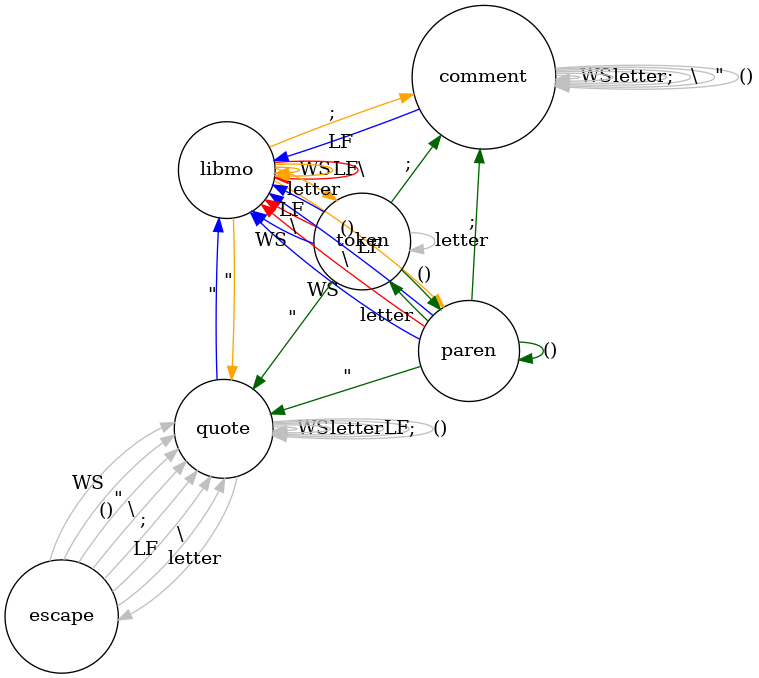
Earlier version of the Graphviz export sexp.png (jitwit/jexp). Its source is kept beside it as sexp.dot. Source of this version:
```dot
digraph {
overlap=scale;node[shape=circle];
  libmo -> libmo[label="WS",color=orange];
  libmo -> paren[label="()",color=orange];
  libmo -> quote[label="\"",color=orange];
  libmo -> libmo[label="\\",color=red];
  libmo -> comment[label=";",color=orange];
  libmo -> libmo[label="LF",color=orange];
  libmo -> token[label="letter",color=orange];
  token -> libmo[label="WS",color=blue];
  token -> paren[label="()",color=darkgreen];
  token -> quote[label="\"",color=darkgreen];
  token -> libmo[label="\\",color=red];
  token -> comment[label=";",color=darkgreen];
  token -> libmo[label="LF",color=blue];
  token -> token[label="letter",color=gray];
  quote -> quote[label="WS",color=gray];
  quote -> quote[label="()",color=gray];
  quote -> libmo[label="\"",color=blue];
  quote -> escape[label="\\",color=gray];
  quote -> quote[label=";",color=gray];
  quote -> quote[label="LF",color=gray];
  quote -> quote[label="letter",color=gray];
  escape -> quote[label="WS",color=gray];
  escape -> quote[label="()",color=gray];
  escape -> quote[label="\"",color=gray];
  escape -> quote[label="\\",color=gray];
  escape -> quote[label=";",color=gray];
  escape -> quote[label="LF",color=gray];
  escape -> quote[label="letter",color=gray];
  paren -> libmo[label="WS",color=blue];
  paren -> paren[label="()",color=darkgreen];
  paren -> quote[label="\"",color=darkgreen];
  paren -> libmo[label="\\",color=red];
  paren -> comment[label=";",color=darkgreen];
  paren -> libmo[label="LF",color=blue];
  paren -> token[label="letter",color=darkgreen];
  comment -> comment[label="WS",color=gray];
  comment -> comment[label="()",color=gray];
  comment -> comment[label="\"",color=gray];
  comment -> comment[label="\\",color=gray];
  comment -> comment[label=";",color=gray];
  comment -> libmo[label="LF",color=blue];
  comment -> comment[label="letter",color=gray];
}
```
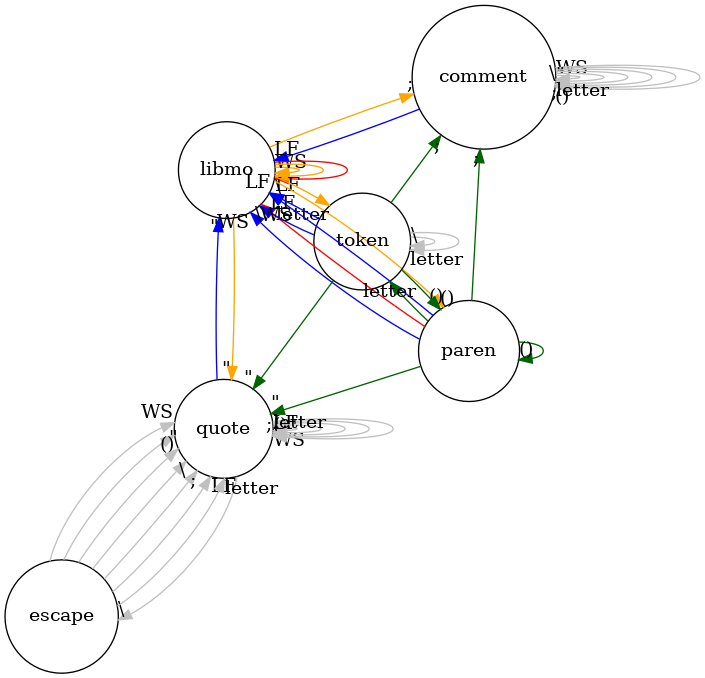
Above is the later version.

The edit, as a diff of the source:
```diff
@@ -1,45 +1,45 @@
 digraph {
-overlap=scale;node[shape=circle];
-  libmo -> libmo[label="WS",color=orange];
-  libmo -> paren[label="()",color=orange];
-  libmo -> quote[label="\"",color=orange];
-  libmo -> libmo[label="\\",color=red];
-  libmo -> comment[label=";",color=orange];
-  libmo -> libmo[label="LF",color=orange];
-  libmo -> token[label="letter",color=orange];
-  token -> libmo[label="WS",color=blue];
-  token -> paren[label="()",color=darkgreen];
-  token -> quote[label="\"",color=darkgreen];
-  token -> libmo[label="\\",color=red];
-  token -> comment[label=";",color=darkgreen];
-  token -> libmo[label="LF",color=blue];
-  token -> token[label="letter",color=gray];
-  quote -> quote[label="WS",color=gray];
-  quote -> quote[label="()",color=gray];
-  quote -> libmo[label="\"",color=blue];
-  quote -> escape[label="\\",color=gray];
-  quote -> quote[label=";",color=gray];
-  quote -> quote[label="LF",color=gray];
-  quote -> quote[label="letter",color=gray];
-  escape -> quote[label="WS",color=gray];
-  escape -> quote[label="()",color=gray];
-  escape -> quote[label="\"",color=gray];
-  escape -> quote[label="\\",color=gray];
-  escape -> quote[label=";",color=gray];
-  escape -> quote[label="LF",color=gray];
-  escape -> quote[label="letter",color=gray];
-  paren -> libmo[label="WS",color=blue];
-  paren -> paren[label="()",color=darkgreen];
-  paren -> quote[label="\"",color=darkgreen];
-  paren -> libmo[label="\\",color=red];
-  paren -> comment[label=";",color=darkgreen];
-  paren -> libmo[label="LF",color=blue];
-  paren -> token[label="letter",color=darkgreen];
-  comment -> comment[label="WS",color=gray];
-  comment -> comment[label="()",color=gray];
-  comment -> comment[label="\"",color=gray];
-  comment -> comment[label="\\",color=gray];
-  comment -> comment[label=";",color=gray];
-  comment -> libmo[label="LF",color=blue];
-  comment -> comment[label="letter",color=gray];
+  overlap=scale;node[shape=circle];
+  libmo->libmo[headlabel="WS",color=orange,labeldistance=1.8,style=dashed];
+  libmo->paren[headlabel="()",color=orange,labeldistance=1.8,style=dashed];
+  libmo->quote[headlabel="\"",color=orange,labeldistance=1.8,style=dashed];
+  libmo->libmo[headlabel="\\",color=red,labeldistance=1.8,style=dashed];
+  libmo->comment[headlabel=";",color=orange,labeldistance=1.8,style=dashed];
+  libmo->libmo[headlabel="LF",color=orange,labeldistance=1.8,style=dashed];
+  libmo->token[headlabel="letter",color=orange,labeldistance=1.8,style=dashed];
+  token->libmo[headlabel="WS",color=blue,labeldistance=1.8,style=dashed];
+  token->paren[headlabel="()",color=darkgreen,labeldistance=1.8,style=dashed];
+  token->quote[headlabel="\"",color=darkgreen,labeldistance=1.8,style=dashed];
+  token->token[headlabel="\\",color=gray,labeldistance=1.8,style=dashed];
+  token->comment[headlabel=";",color=darkgreen,labeldistance=1.8,style=dashed];
+  token->libmo[headlabel="LF",color=blue,labeldistance=1.8,style=dashed];
+  token->token[headlabel="letter",color=gray,labeldistance=1.8,style=dashed];
+  quote->quote[headlabel="WS",color=gray,labeldistance=1.8,style=dashed];
+  quote->quote[headlabel="()",color=gray,labeldistance=1.8,style=dashed];
+  quote->libmo[headlabel="\"",color=blue,labeldistance=1.8,style=dashed];
+  quote->escape[headlabel="\\",color=gray,labeldistance=1.8,style=dashed];
+  quote->quote[headlabel=";",color=gray,labeldistance=1.8,style=dashed];
+  quote->quote[headlabel="LF",color=gray,labeldistance=1.8,style=dashed];
+  quote->quote[headlabel="letter",color=gray,labeldistance=1.8,style=dashed];
+  escape->quote[headlabel="WS",color=gray,labeldistance=1.8,style=dashed];
+  escape->quote[headlabel="()",color=gray,labeldistance=1.8,style=dashed];
+  escape->quote[headlabel="\"",color=gray,labeldistance=1.8,style=dashed];
+  escape->quote[headlabel="\\",color=gray,labeldistance=1.8,style=dashed];
+  escape->quote[headlabel=";",color=gray,labeldistance=1.8,style=dashed];
+  escape->quote[headlabel="LF",color=gray,labeldistance=1.8,style=dashed];
+  escape->quote[headlabel="letter",color=gray,labeldistance=1.8,style=dashed];
+  paren->libmo[headlabel="WS",color=blue,labeldistance=1.8,style=dashed];
+  paren->paren[headlabel="()",color=darkgreen,labeldistance=1.8,style=dashed];
+  paren->quote[headlabel="\"",color=darkgreen,labeldistance=1.8,style=dashed];
+  paren->libmo[headlabel="\\",color=red,labeldistance=1.8,style=dashed];
+  paren->comment[headlabel=";",color=darkgreen,labeldistance=1.8,style=dashed];
+  paren->libmo[headlabel="LF",color=blue,labeldistance=1.8,style=dashed];
+  paren->token[headlabel="letter",color=darkgreen,labeldistance=1.8,style=dashed];
+  comment->comment[headlabel="WS",color=gray,labeldistance=1.8,style=dashed];
+  comment->comment[headlabel="()",color=gray,labeldistance=1.8,style=dashed];
+  comment->comment[headlabel="\"",color=gray,labeldistance=1.8,style=dashed];
+  comment->comment[headlabel="\\",color=gray,labeldistance=1.8,style=dashed];
+  comment->comment[headlabel=";",color=gray,labeldistance=1.8,style=dashed];
+  comment->libmo[headlabel="LF",color=blue,labeldistance=1.8,style=dashed];
+  comment->comment[headlabel="letter",color=gray,labeldistance=1.8,style=dashed];
 }
```
